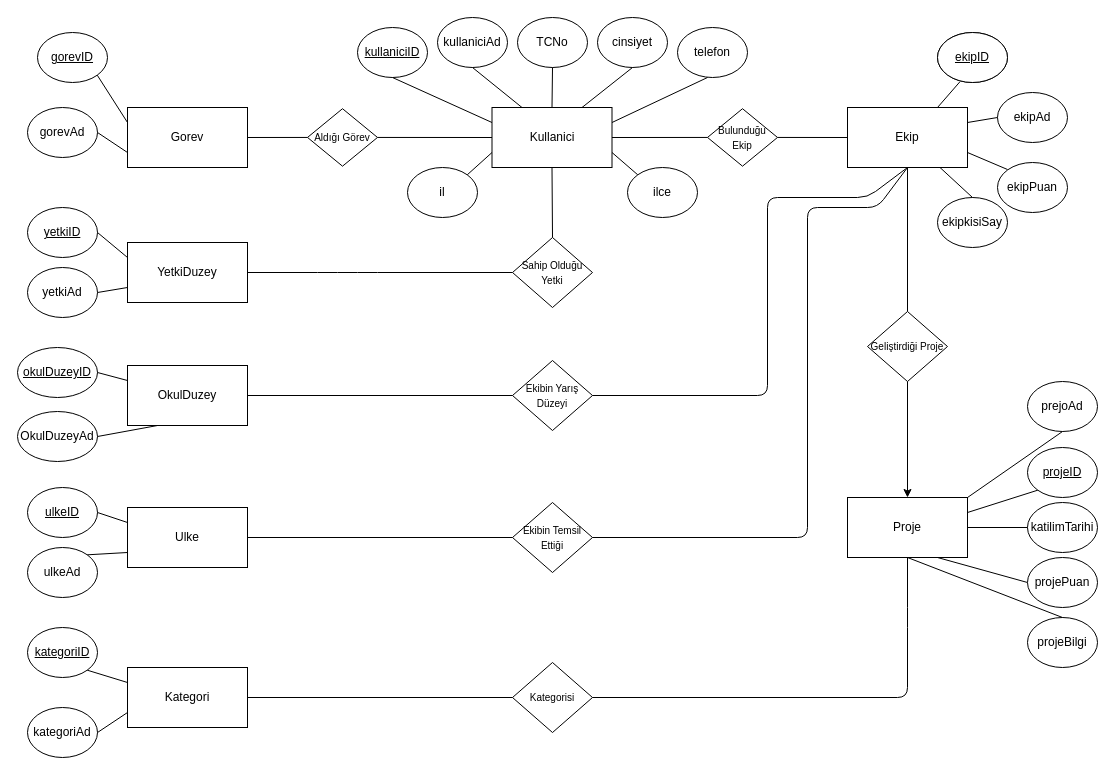
This is Technolife.drawio from KaganCanSit/TECHNOLIFE, a draw.io file, before an edit. Source tidied: cells renumbered, new cells numbered last; positions are measured from the earlier drawing's top-left corner, leaving out a move shared by most shapes. Both pictures are drawn from the tidied source at 100%, with x=0, y=0 at pixel (17, 17).
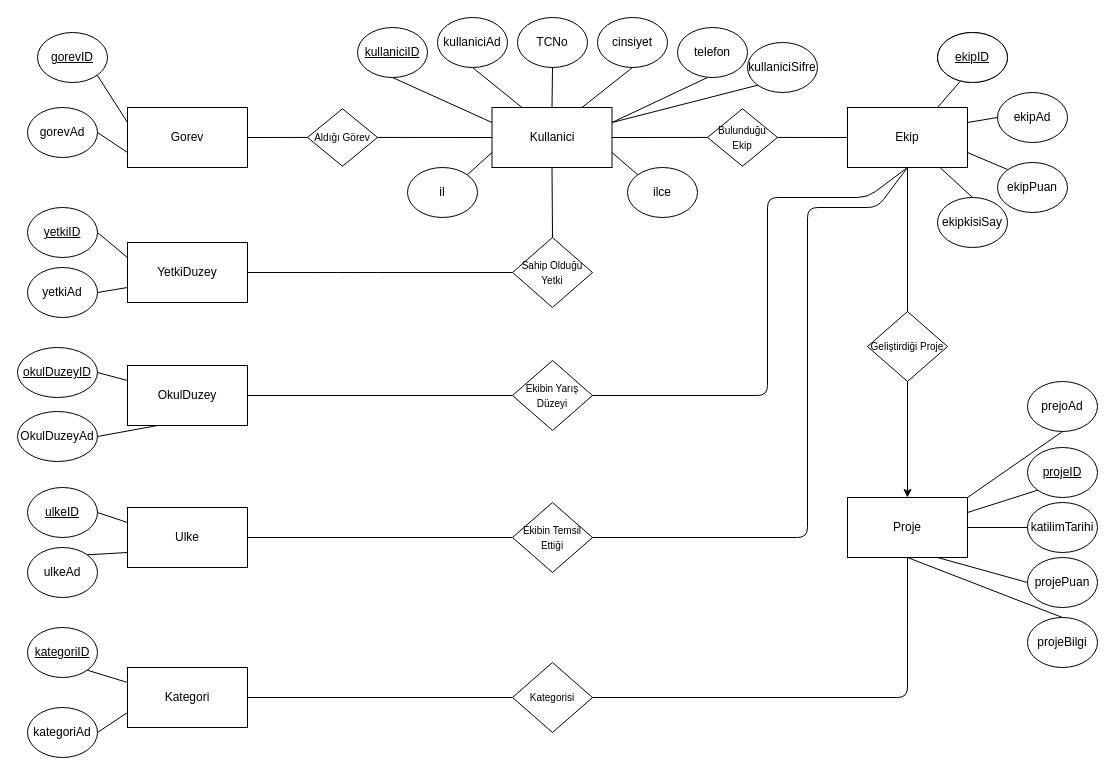
After the change.

The change refers to these unchanged cells:
```xml
<mxCell id="2" value="Kullanici" style="rounded=0;whiteSpace=wrap;html=1;" parent="1" vertex="1">
  <mxGeometry x="474.5" y="90" width="120" height="60" as="geometry" />
</mxCell>
```

Diff of the diagram source:
```diff
@@
+    <mxCell id="84" value="kullaniciSifre" style="ellipse;whiteSpace=wrap;html=1;" parent="1" vertex="1">
+      <mxGeometry x="730" y="25" width="70" height="50" as="geometry" />
+    </mxCell>
+    <mxCell id="85" style="endArrow=none;html=1;exitX=1;exitY=0.25;exitDx=0;exitDy=0;entryX=0;entryY=1;entryDx=0;entryDy=0;" parent="1" edge="1" source="2" target="84">
+      <mxGeometry relative="1" as="geometry" />
+    </mxCell>
```
